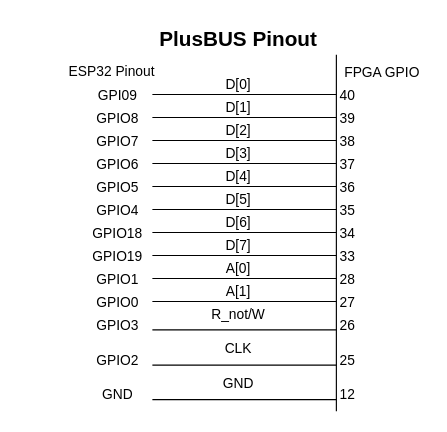
Before: figures/prototype/plusbus/plus_bus_pinout.drawio in Niclasapdk/ESD3_project, a draw.io diagram. Source tidied: cells renumbered, new cells numbered last; positions are measured from the earlier drawing's top-left corner, leaving out a move shared by most shapes. Both pictures are drawn from the tidied source at 115%, with x=0, y=0 at pixel (20, 20).
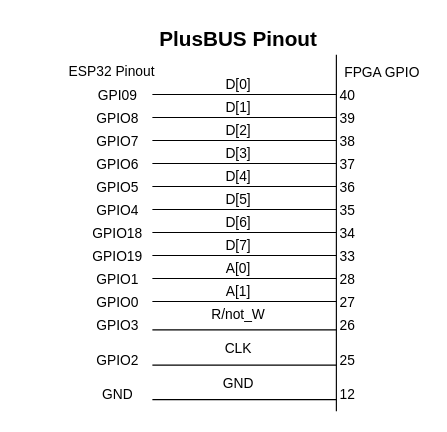
After the change.

Change to the diagram source:
```diff
@@
-    <mxCell id="27" value="R_not/W" style="text;strokeColor=none;fillColor=none;align=center;verticalAlign=middle;rounded=0;" parent="1" vertex="1">
+    <mxCell id="27" value="R/not_W" style="text;strokeColor=none;fillColor=none;align=center;verticalAlign=middle;rounded=0;" parent="1" vertex="1">
       <mxGeometry x="160" y="240" width="60" height="30" as="geometry" />
     </mxCell>
```
